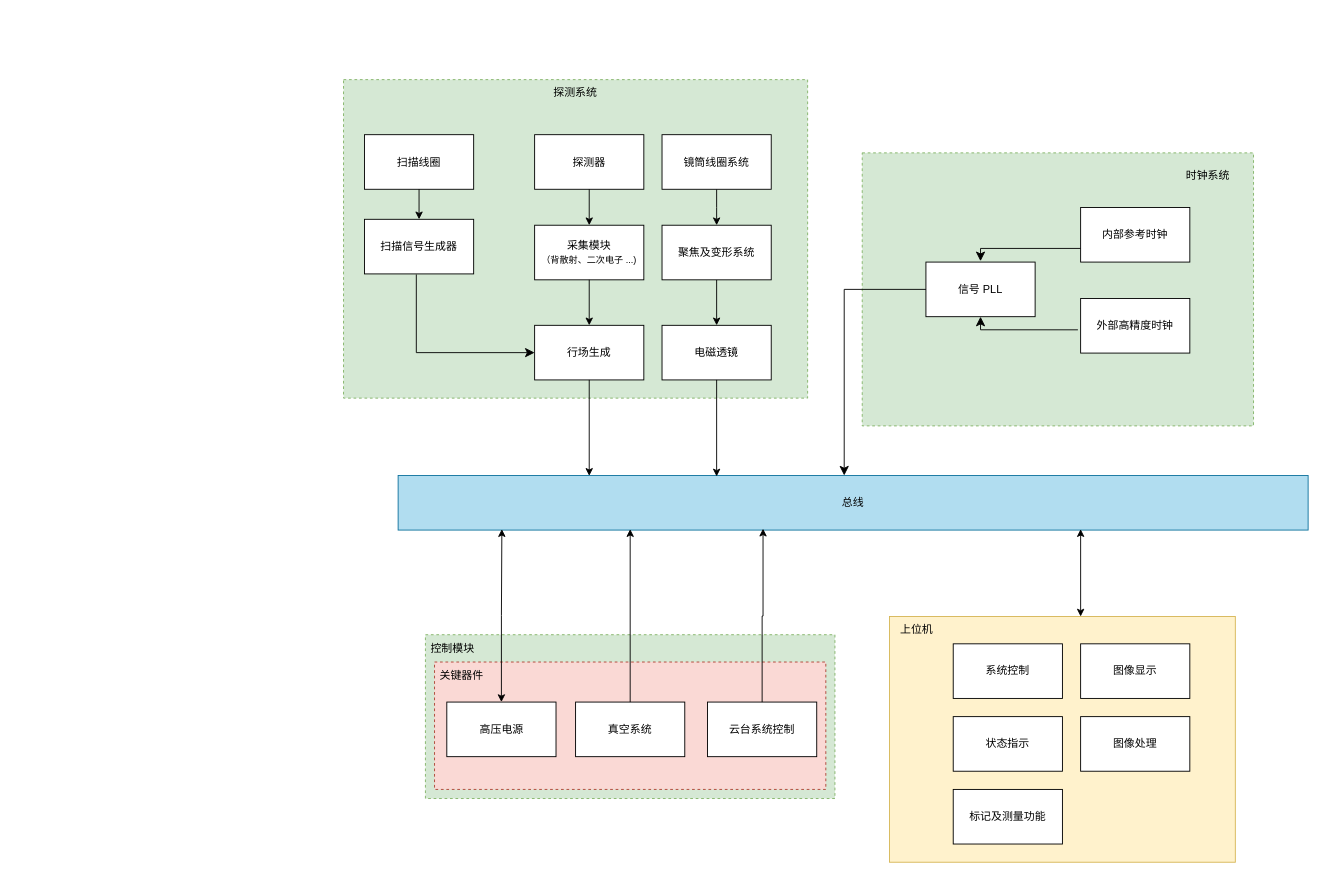
Above: 系统结构图.drawio in SolarAA-11/drawio (draw.io), before the change. Source tidied: cells renumbered, new cells numbered last; positions are measured from the earlier drawing's top-left corner, leaving out a move shared by most shapes. Both pictures are drawn from the tidied source at 91%, with x=0, y=0 at pixel (343, 79).
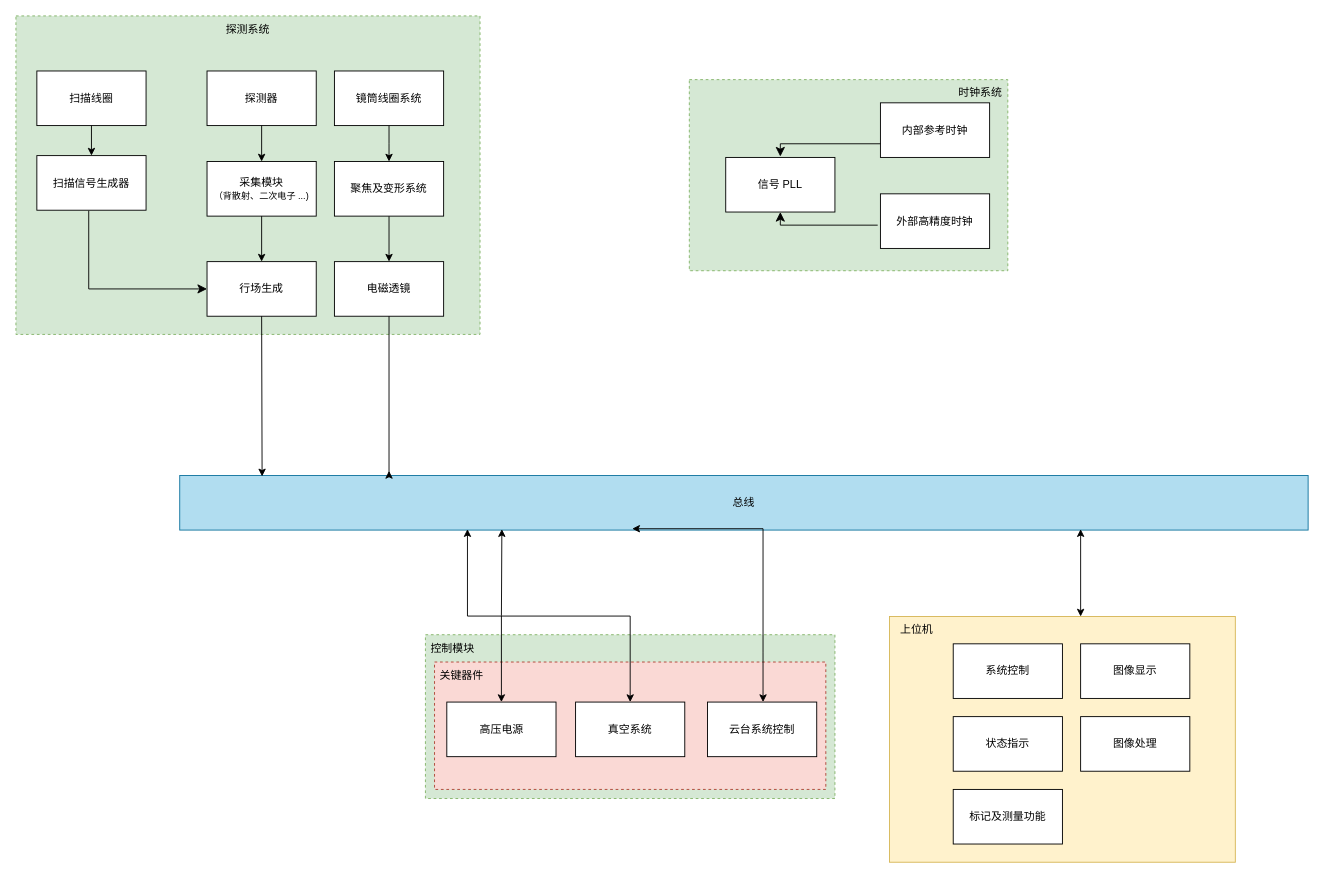
The same diagram, later.

Commit message (it also covers changes not shown here):
系统结构图.drawio

Unchanged cells that the change refers to:
```xml
<mxCell id="9" value="真空系统" style="rounded=0;whiteSpace=wrap;html=1;" parent="1" vertex="1">
  <mxGeometry x="255" y="684" width="120" height="60" as="geometry" />
</mxCell>
<mxCell id="10" value="云台系统控制" style="rounded=0;whiteSpace=wrap;html=1;" parent="1" vertex="1">
  <mxGeometry x="400" y="684" width="120" height="60" as="geometry" />
</mxCell>
```

Diff of the diagram source:
```diff
@@
     <mxCell id="4" style="rounded=0;whiteSpace=wrap;html=1;fillColor=#d5e8d4;dashed=1;strokeColor=#82b366;" parent="1" vertex="1">
-      <mxGeometry width="510" height="350" as="geometry" />
+      <mxGeometry x="-360" y="-70" width="510" height="350" as="geometry" />
     </mxCell>
     <mxCell id="5" style="rounded=0;whiteSpace=wrap;html=1;fillColor=#d5e8d4;dashed=1;strokeColor=#82b366;" parent="1" vertex="1">
-      <mxGeometry x="570" y="80.5" width="430" height="300" as="geometry" />
+      <mxGeometry x="380" width="350" height="210" as="geometry" />
     </mxCell>
     <mxCell id="6" value="总线" style="rounded=0;whiteSpace=wrap;html=1;fillColor=#b1ddf0;strokeColor=#10739e;" parent="1" vertex="1">
-      <mxGeometry x="60" y="435" width="1000" height="60" as="geometry" />
+      <mxGeometry x="-180" y="435" width="1240" height="60" as="geometry" />
     </mxCell>
     <mxCell id="7" value="电磁透镜" style="rounded=0;whiteSpace=wrap;html=1;" parent="1" vertex="1">
-      <mxGeometry x="350" y="270" width="120" height="60" as="geometry" />
+      <mxGeometry x="-10" y="200" width="120" height="60" as="geometry" />
     </mxCell>
@@
     <mxCell id="12" value="扫描线圈" style="rounded=0;whiteSpace=wrap;html=1;" parent="1" vertex="1">
-      <mxGeometry x="23" y="60.5" width="120" height="60" as="geometry" />
+      <mxGeometry x="-337" y="-9.5" width="120" height="60" as="geometry" />
     </mxCell>
     <mxCell id="13" value="信号 PLL" style="rounded=0;whiteSpace=wrap;html=1;" parent="1" vertex="1">
-      <mxGeometry x="640" y="200.5" width="120" height="60" as="geometry" />
+      <mxGeometry x="420" y="85.5" width="120" height="60" as="geometry" />
     </mxCell>
     <mxCell id="14" value="内部参考时钟" style="rounded=0;whiteSpace=wrap;html=1;" parent="1" vertex="1">
-      <mxGeometry x="810" y="140.5" width="120" height="60" as="geometry" />
+      <mxGeometry x="590" y="25.5" width="120" height="60" as="geometry" />
     </mxCell>
     <mxCell id="15" value="外部高精度时钟" style="rounded=0;whiteSpace=wrap;html=1;" parent="1" vertex="1">
-      <mxGeometry x="810" y="240.5" width="120" height="60" as="geometry" />
+      <mxGeometry x="590" y="125.5" width="120" height="60" as="geometry" />
     </mxCell>
@@
     <mxCell id="17" style="edgeStyle=segmentEdgeStyle;endArrow=classic;html=1;curved=0;rounded=0;endSize=8;startSize=8;exitX=0;exitY=0.75;exitDx=0;exitDy=0;" parent="1" edge="1" source="14">
       <mxGeometry relative="1" as="geometry">
-        <mxPoint x="700" y="199.5" as="targetPoint" />
+        <mxPoint x="480" y="84.5" as="targetPoint" />
         <Array as="points">
-          <mxPoint x="700" y="185.5" />
-          <mxPoint x="700" y="199.5" />
+          <mxPoint x="480" y="70.5" />
+          <mxPoint x="480" y="84.5" />
         </Array>
       </mxGeometry>
     </mxCell>
-    <mxCell id="18" style="edgeStyle=segmentEdgeStyle;endArrow=classic;html=1;curved=0;rounded=0;endSize=8;startSize=8;entryX=0.686;entryY=0.083;entryDx=0;entryDy=0;entryPerimeter=0;exitX=0;exitY=0.5;exitDx=0;exitDy=0;" parent="1" edge="1" source="13">
-      <mxGeometry relative="1" as="geometry">
-        <mxPoint x="550.2" y="435" as="targetPoint" />
-        <Array as="points">
-          <mxPoint x="550" y="231" />
-        </Array>
-      </mxGeometry>
-    </mxCell>
     <mxCell id="19" value="探测系统" style="text;html=1;strokeColor=none;fillColor=none;align=center;verticalAlign=middle;whiteSpace=wrap;rounded=0;" parent="1" vertex="1">
-      <mxGeometry x="225" width="60" height="30" as="geometry" />
+      <mxGeometry x="-135" y="-70" width="60" height="30" as="geometry" />
     </mxCell>
     <mxCell id="20" value="时钟系统" style="text;html=1;strokeColor=none;fillColor=none;align=center;verticalAlign=middle;whiteSpace=wrap;rounded=0;" parent="1" vertex="1">
-      <mxGeometry x="920" y="90.5" width="60" height="30" as="geometry" />
+      <mxGeometry x="670" width="60" height="30" as="geometry" />
     </mxCell>
     <mxCell id="21" value="行场生成" style="rounded=0;whiteSpace=wrap;html=1;" parent="1" vertex="1">
-      <mxGeometry x="210" y="270" width="120" height="60" as="geometry" />
+      <mxGeometry x="-150" y="200" width="120" height="60" as="geometry" />
     </mxCell>
     <mxCell id="22" value="扫描信号生成器" style="rounded=0;whiteSpace=wrap;html=1;" parent="1" vertex="1">
-      <mxGeometry x="23" y="153.5" width="120" height="60" as="geometry" />
+      <mxGeometry x="-337" y="83.5" width="120" height="60" as="geometry" />
     </mxCell>
     <mxCell id="23" value="采集模块&lt;br&gt;&lt;font style=&quot;font-size: 10px;&quot;&gt;（背散射、二次电子 ...)&lt;/font&gt;" style="rounded=0;whiteSpace=wrap;html=1;" parent="1" vertex="1">
-      <mxGeometry x="210" y="160" width="120" height="60" as="geometry" />
+      <mxGeometry x="-150" y="90" width="120" height="60" as="geometry" />
     </mxCell>
     <mxCell id="24" value="探测器" style="rounded=0;whiteSpace=wrap;html=1;" parent="1" vertex="1">
-      <mxGeometry x="210" y="60.5" width="120" height="60" as="geometry" />
+      <mxGeometry x="-150" y="-9.5" width="120" height="60" as="geometry" />
     </mxCell>
@@
     <mxCell id="26" style="edgeStyle=elbowEdgeStyle;elbow=horizontal;endArrow=classic;html=1;curved=0;rounded=0;endSize=8;startSize=8;entryX=0;entryY=0.5;entryDx=0;entryDy=0;exitX=0.475;exitY=1.01;exitDx=0;exitDy=0;exitPerimeter=0;" parent="1" edge="1" source="22" target="21">
       <mxGeometry relative="1" as="geometry">
         <Array as="points">
-          <mxPoint x="80" y="310" />
+          <mxPoint x="-280" y="240" />
         </Array>
       </mxGeometry>
     </mxCell>
@@
-    <mxCell id="29" style="endArrow=classic;html=1;rounded=0;exitX=0.5;exitY=1;exitDx=0;exitDy=0;entryX=0.21;entryY=0.007;entryDx=0;entryDy=0;entryPerimeter=0;" parent="1" edge="1" source="21" target="6">
+    <mxCell id="29" style="endArrow=classic;html=1;rounded=0;exitX=0.5;exitY=1;exitDx=0;exitDy=0;entryX=0.073;entryY=0.017;entryDx=0;entryDy=0;entryPerimeter=0;" parent="1" edge="1" source="21" target="6">
       <mxGeometry relative="1" as="geometry" />
     </mxCell>
@@
-    <mxCell id="39" style="edgeStyle=orthogonalEdgeStyle;rounded=0;jettySize=auto;html=1;entryX=0.35;entryY=0.018;entryDx=0;entryDy=0;entryPerimeter=0;" parent="1" edge="1" source="7" target="6">
-      <mxGeometry relative="1" as="geometry" />
+    <mxCell id="39" style="edgeStyle=orthogonalEdgeStyle;rounded=0;jettySize=auto;html=1;" parent="1" edge="1" source="7">
+      <mxGeometry relative="1" as="geometry">
+        <mxPoint x="50" y="430" as="targetPoint" />
+        <Array as="points">
+          <mxPoint x="50" y="436" />
+        </Array>
+      </mxGeometry>
     </mxCell>
@@
     <mxCell id="41" value="镜筒线圈系统" style="rounded=0;whiteSpace=wrap;html=1;" parent="1" vertex="1">
-      <mxGeometry x="350" y="60.5" width="120" height="60" as="geometry" />
+      <mxGeometry x="-10" y="-9.5" width="120" height="60" as="geometry" />
     </mxCell>
@@
     <mxCell id="43" value="聚焦及变形系统" style="rounded=0;whiteSpace=wrap;html=1;" parent="1" vertex="1">
-      <mxGeometry x="350" y="160" width="120" height="60" as="geometry" />
+      <mxGeometry x="-10" y="90" width="120" height="60" as="geometry" />
     </mxCell>
@@
-    <mxCell id="45" style="edgeStyle=orthogonalEdgeStyle;rounded=0;jettySize=auto;html=1;entryX=0.255;entryY=0.983;entryDx=0;entryDy=0;entryPerimeter=0;" parent="1" edge="1" source="9" target="6">
+    <mxCell id="45" style="edgeStyle=orthogonalEdgeStyle;rounded=0;jettySize=auto;html=1;entryX=0.255;entryY=0.983;entryDx=0;entryDy=0;entryPerimeter=0;startArrow=classic;startFill=1;" parent="1" edge="1" source="9" target="6">
       <mxGeometry relative="1" as="geometry" />
     </mxCell>
-    <mxCell id="46" style="edgeStyle=orthogonalEdgeStyle;rounded=0;jettySize=auto;html=1;entryX=0.401;entryY=0.975;entryDx=0;entryDy=0;entryPerimeter=0;" parent="1" edge="1" source="10" target="6">
-      <mxGeometry relative="1" as="geometry" />
+    <mxCell id="46" style="edgeStyle=orthogonalEdgeStyle;rounded=0;jettySize=auto;html=1;entryX=0.401;entryY=0.975;entryDx=0;entryDy=0;entryPerimeter=0;startArrow=classic;startFill=1;" parent="1" edge="1" source="10" target="6">
+      <mxGeometry relative="1" as="geometry">
+        <Array as="points">
+          <mxPoint x="461" y="630" />
+          <mxPoint x="461" y="630" />
+        </Array>
+      </mxGeometry>
     </mxCell>
```
